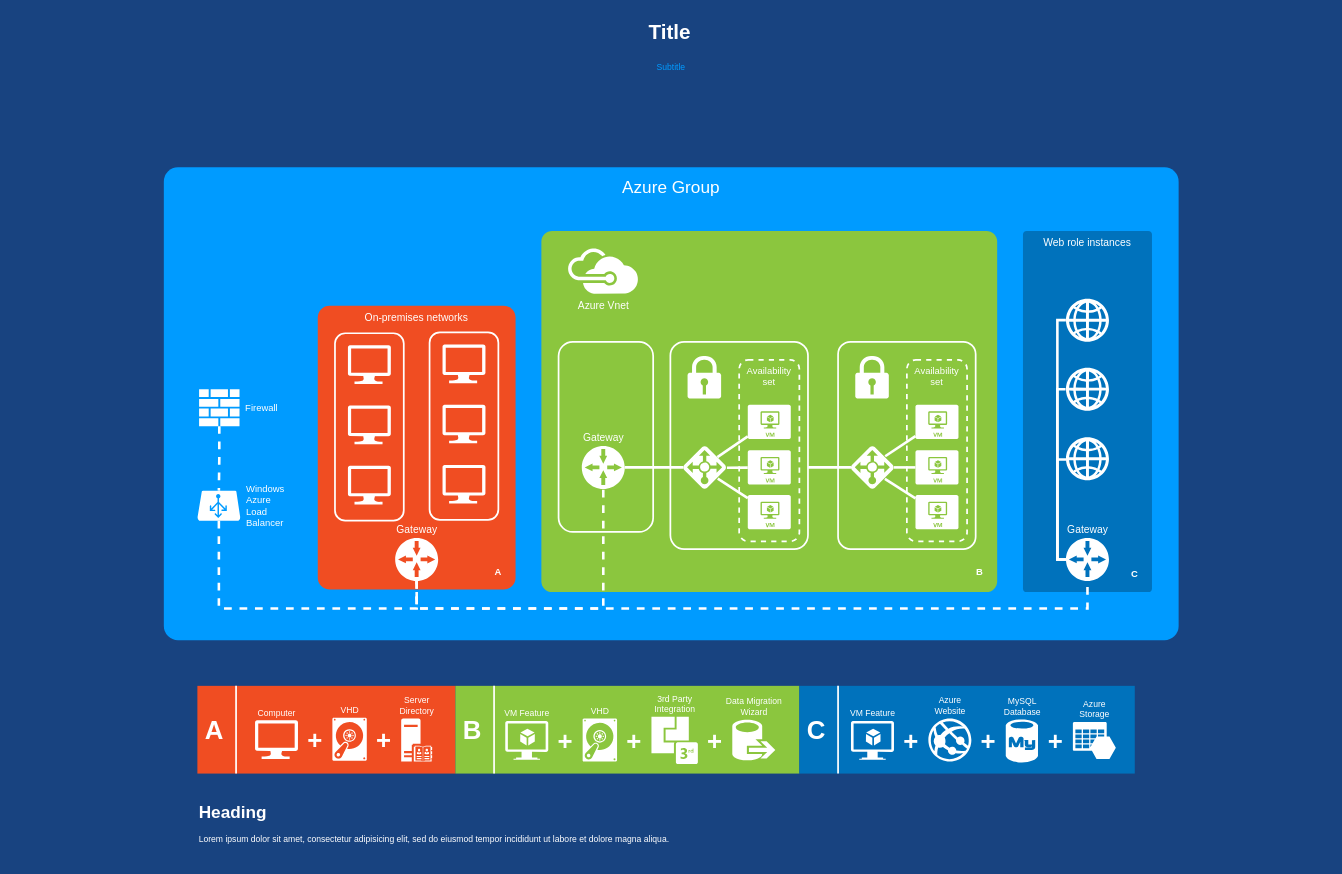
Before: Diagrama sem nome.drawio in dionepcs/ghkskkdhsema, a draw.io diagram. Source tidied: cells renumbered, new cells numbered last; positions are measured from the earlier drawing's top-left corner, leaving out a move shared by most shapes. Both pictures are drawn from the tidied source at 86%, with x=0, y=0 at pixel (15, 15). Pictures stored in the file or linked from it are replaced by grey dashed boxes.
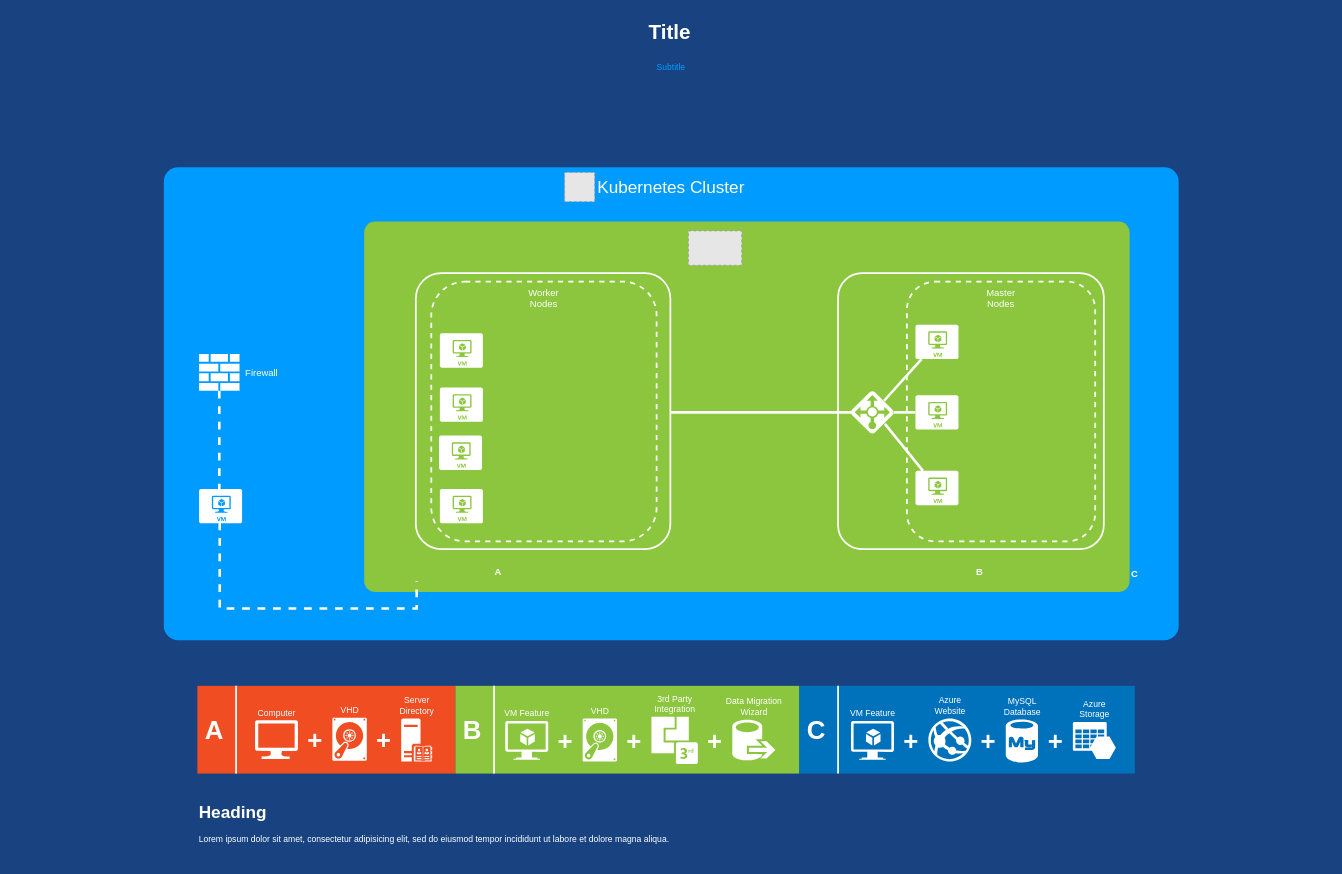
After the change.

Change to the diagram source:
```diff
@@
-    <mxCell id="2" value="Azure Group" style="whiteSpace=wrap;html=1;rounded=1;shadow=0;strokeColor=none;strokeWidth=2;fillColor=#009BFF;fontSize=20;fontColor=#FFFFFF;align=center;arcSize=3;verticalAlign=top;spacingTop=4;" parent="1" vertex="1">
+    <mxCell id="2" value="Kubernetes Cluster" style="whiteSpace=wrap;html=1;rounded=1;shadow=0;strokeColor=none;strokeWidth=2;fillColor=#009BFF;fontSize=20;fontColor=#FFFFFF;align=center;arcSize=3;verticalAlign=top;spacingTop=4;" parent="1" vertex="1">
       <mxGeometry x="173" y="177" width="1180" height="550" as="geometry" />
     </mxCell>
-    <mxCell id="3" value="Web role instances" style="rounded=1;whiteSpace=wrap;html=1;shadow=0;strokeWidth=2;fillColor=#0072BC;fontSize=12;fontColor=#FFFFFF;align=center;strokeColor=none;arcSize=3;verticalAlign=top;" parent="1" vertex="1">
-      <mxGeometry x="1172" y="251" width="150" height="420" as="geometry" />
-    </mxCell>
     <mxCell id="4" style="rounded=1;whiteSpace=wrap;html=1;shadow=0;strokeWidth=2;fillColor=#8BC63E;fontSize=12;fontColor=#000000;align=center;strokeColor=none;arcSize=3;" parent="1" vertex="1">
-      <mxGeometry x="612" y="251" width="530" height="420" as="geometry" />
+      <mxGeometry x="406" y="240" width="890" height="431" as="geometry" />
     </mxCell>
     <mxCell id="5" style="rounded=1;whiteSpace=wrap;html=1;shadow=0;strokeWidth=2;fillColor=none;fontSize=12;fontColor=#000000;align=center;strokeColor=#FFFFFF;arcSize=10;" parent="1" vertex="1">
-      <mxGeometry x="762" y="380" width="160" height="241" as="geometry" />
+      <mxGeometry x="466" y="300" width="296" height="321" as="geometry" />
     </mxCell>
-    <mxCell id="6" value="Availability set" style="rounded=1;whiteSpace=wrap;html=1;shadow=0;strokeWidth=2;fillColor=none;fontSize=11;fontColor=#FFFFFF;align=center;strokeColor=#FFFFFF;dashed=1;verticalAlign=top;" parent="1" vertex="1">
-      <mxGeometry x="842" y="401" width="70" height="211" as="geometry" />
-    </mxCell>
-    <mxCell id="7" value="On-premises networks" style="rounded=1;whiteSpace=wrap;html=1;shadow=0;strokeWidth=2;fillColor=#F04D22;fontSize=12;fontColor=#FFFFFF;align=center;strokeColor=none;arcSize=6;verticalAlign=top;" parent="1" vertex="1">
-      <mxGeometry x="352" y="338" width="230" height="330" as="geometry" />
-    </mxCell>
-    <mxCell id="8" style="rounded=1;whiteSpace=wrap;html=1;shadow=0;strokeWidth=2;fillColor=none;fontSize=12;fontColor=#000000;align=center;strokeColor=#FFFFFF;" parent="1" vertex="1">
-      <mxGeometry x="372" y="370" width="80" height="218" as="geometry" />
-    </mxCell>
-    <mxCell id="9" style="rounded=1;whiteSpace=wrap;html=1;shadow=0;strokeWidth=2;fillColor=none;fontSize=12;fontColor=#000000;align=center;strokeColor=#FFFFFF;" parent="1" vertex="1">
-      <mxGeometry x="632" y="380" width="110" height="221" as="geometry" />
-    </mxCell>
-    <mxCell id="10" style="verticalLabelPosition=bottom;html=1;verticalAlign=top;strokeColor=none;fillColor=#FFFFFF;shape=mxgraph.azure.computer;rounded=0;shadow=0;fontSize=12;fontColor=#000000;align=center;" parent="1" vertex="1">
-      <mxGeometry x="387" y="384" width="50" height="45" as="geometry" />
-    </mxCell>
-    <mxCell id="11" style="verticalLabelPosition=bottom;html=1;verticalAlign=top;strokeColor=none;fillColor=#FFFFFF;shape=mxgraph.azure.computer;rounded=0;shadow=0;fontSize=12;fontColor=#000000;align=center;" parent="1" vertex="1">
-      <mxGeometry x="387" y="454" width="50" height="45" as="geometry" />
-    </mxCell>
-    <mxCell id="12" style="verticalLabelPosition=bottom;html=1;verticalAlign=top;strokeColor=none;fillColor=#FFFFFF;shape=mxgraph.azure.computer;rounded=0;shadow=0;fontSize=12;fontColor=#000000;align=center;" parent="1" vertex="1">
-      <mxGeometry x="387" y="524" width="50" height="45" as="geometry" />
-    </mxCell>
-    <mxCell id="13" style="html=1;startArrow=none;startFill=0;startSize=10;endArrow=none;endFill=0;endSize=10;strokeWidth=3;fontSize=11;fontColor=#FFFFFF;strokeColor=#FFFFFF;rounded=0;" parent="1" edge="1" source="14" target="16">
-      <mxGeometry relative="1" as="geometry" />
-    </mxCell>
-    <mxCell id="14" value="Gateway" style="shadow=0;dashed=0;html=1;strokeColor=none;shape=mxgraph.mscae.enterprise.gateway;fillColor=#FFFFFF;rounded=0;fontSize=12;fontColor=#FFFFFF;align=center;labelPosition=center;verticalLabelPosition=top;verticalAlign=bottom;" parent="1" vertex="1">
-      <mxGeometry x="659" y="501" width="50" height="50" as="geometry" />
-    </mxCell>
-    <mxCell id="15" style="shadow=0;dashed=0;html=1;strokeColor=none;shape=mxgraph.mscae.enterprise.lock;fillColor=#FFFFFF;rounded=0;fontSize=12;fontColor=#000000;align=center;" parent="1" vertex="1">
-      <mxGeometry x="782" y="396" width="39" height="50" as="geometry" />
-    </mxCell>
-    <mxCell id="16" style="shadow=0;dashed=0;html=1;strokeColor=none;labelPosition=center;verticalLabelPosition=bottom;verticalAlign=top;shape=mxgraph.mscae.cloud.azure_load_balancer_feature;fillColor=#FFFFFF;rounded=1;fontSize=12;fontColor=#000000;align=center;" parent="1" vertex="1">
-      <mxGeometry x="777" y="501" width="50" height="50" as="geometry" />
-    </mxCell>
-    <mxCell id="17" style="html=1;startArrow=none;startFill=0;startSize=10;endArrow=none;endFill=0;endSize=10;strokeWidth=3;fontSize=11;fontColor=#FFFFFF;entryX=0.793;entryY=0.26;entryPerimeter=0;strokeColor=#FFFFFF;rounded=0;" parent="1" edge="1" source="18" target="16">
-      <mxGeometry relative="1" as="geometry" />
-    </mxCell>
-    <mxCell id="18" style="verticalLabelPosition=bottom;html=1;verticalAlign=top;strokeColor=none;fillColor=#FFFFFF;shape=mxgraph.azure.virtual_machine;rounded=1;shadow=0;fontSize=12;fontColor=#000000;align=center;" parent="1" vertex="1">
-      <mxGeometry x="852" y="453" width="50" height="40" as="geometry" />
-    </mxCell>
-    <mxCell id="19" style="html=1;entryX=1.016;entryY=0.509;entryPerimeter=0;startArrow=none;startFill=0;startSize=10;endArrow=none;endFill=0;endSize=10;strokeWidth=3;fontSize=11;fontColor=#FFFFFF;strokeColor=#FFFFFF;rounded=0;" parent="1" edge="1" source="20" target="16">
-      <mxGeometry relative="1" as="geometry" />
-    </mxCell>
-    <mxCell id="20" style="verticalLabelPosition=bottom;html=1;verticalAlign=top;strokeColor=none;fillColor=#FFFFFF;shape=mxgraph.azure.virtual_machine;rounded=1;shadow=0;fontSize=12;fontColor=#000000;align=center;" parent="1" vertex="1">
-      <mxGeometry x="852" y="506" width="50" height="40" as="geometry" />
-    </mxCell>
-    <mxCell id="21" style="html=1;entryX=0.802;entryY=0.762;entryPerimeter=0;startArrow=none;startFill=0;startSize=10;endArrow=none;endFill=0;endSize=10;strokeWidth=3;fontSize=11;fontColor=#FFFFFF;strokeColor=#FFFFFF;rounded=0;" parent="1" edge="1" source="22" target="16">
-      <mxGeometry relative="1" as="geometry" />
-    </mxCell>
-    <mxCell id="22" style="verticalLabelPosition=bottom;html=1;verticalAlign=top;strokeColor=none;fillColor=#FFFFFF;shape=mxgraph.azure.virtual_machine;rounded=1;shadow=0;fontSize=12;fontColor=#000000;align=center;" parent="1" vertex="1">
-      <mxGeometry x="852" y="558" width="50" height="40" as="geometry" />
-    </mxCell>
-    <mxCell id="23" value="Azure Vnet" style="shadow=0;dashed=0;html=1;strokeColor=none;fillColor=#FFFFFF;labelPosition=center;verticalLabelPosition=bottom;verticalAlign=top;shape=mxgraph.office.clouds.azure;rounded=1;fontSize=12;fontColor=#FFFFFF;align=center;" parent="1" vertex="1">
-      <mxGeometry x="642" y="271" width="83" height="53" as="geometry" />
-    </mxCell>
-    <mxCell id="24" style="rounded=1;whiteSpace=wrap;html=1;shadow=0;strokeWidth=2;fillColor=none;fontSize=12;fontColor=#000000;align=center;strokeColor=#FFFFFF;" parent="1" vertex="1">
-      <mxGeometry x="482" y="369" width="80" height="218" as="geometry" />
-    </mxCell>
-    <mxCell id="25" style="verticalLabelPosition=bottom;html=1;verticalAlign=top;strokeColor=none;fillColor=#FFFFFF;shape=mxgraph.azure.computer;rounded=0;shadow=0;fontSize=12;fontColor=#000000;align=center;" parent="1" vertex="1">
-      <mxGeometry x="497" y="383" width="50" height="45" as="geometry" />
-    </mxCell>
-    <mxCell id="26" style="verticalLabelPosition=bottom;html=1;verticalAlign=top;strokeColor=none;fillColor=#FFFFFF;shape=mxgraph.azure.computer;rounded=0;shadow=0;fontSize=12;fontColor=#000000;align=center;" parent="1" vertex="1">
-      <mxGeometry x="497" y="453" width="50" height="45" as="geometry" />
-    </mxCell>
-    <mxCell id="27" style="verticalLabelPosition=bottom;html=1;verticalAlign=top;strokeColor=none;fillColor=#FFFFFF;shape=mxgraph.azure.computer;rounded=0;shadow=0;fontSize=12;fontColor=#000000;align=center;" parent="1" vertex="1">
-      <mxGeometry x="497" y="523" width="50" height="45" as="geometry" />
-    </mxCell>
-    <mxCell id="28" style="edgeStyle=orthogonalEdgeStyle;html=1;startArrow=none;startFill=0;startSize=10;endArrow=none;endFill=0;endSize=10;strokeWidth=3;fontSize=11;fontColor=#FFFFFF;strokeColor=#FFFFFF;dashed=1;rounded=0;" parent="1" edge="1" source="29" target="14">
-      <mxGeometry relative="1" as="geometry">
-        <Array as="points">
-          <mxPoint x="467" y="690" />
-          <mxPoint x="684" y="690" />
-        </Array>
-      </mxGeometry>
-    </mxCell>
-    <mxCell id="29" value="Gateway" style="shadow=0;dashed=0;html=1;strokeColor=none;shape=mxgraph.mscae.enterprise.gateway;fillColor=#FFFFFF;rounded=0;fontSize=12;fontColor=#FFFFFF;align=center;labelPosition=center;verticalLabelPosition=top;verticalAlign=bottom;" parent="1" vertex="1">
-      <mxGeometry x="442" y="608" width="50" height="50" as="geometry" />
-    </mxCell>
     <mxCell id="30" style="rounded=1;whiteSpace=wrap;html=1;shadow=0;strokeWidth=2;fillColor=none;fontSize=12;fontColor=#000000;align=center;strokeColor=#FFFFFF;arcSize=9;" parent="1" vertex="1">
-      <mxGeometry x="957" y="380" width="160" height="241" as="geometry" />
+      <mxGeometry x="957" y="300" width="309" height="321" as="geometry" />
     </mxCell>
-    <mxCell id="31" value="&lt;span&gt;Availability set&lt;/span&gt;" style="rounded=1;whiteSpace=wrap;html=1;shadow=0;strokeWidth=2;fillColor=none;fontSize=11;fontColor=#FFFFFF;align=center;strokeColor=#FFFFFF;dashed=1;verticalAlign=top;" parent="1" vertex="1">
-      <mxGeometry x="1037" y="401" width="70" height="211" as="geometry" />
+    <mxCell id="31" value="&lt;span&gt;Master&lt;br&gt;Nodes&lt;br&gt;&lt;/span&gt;" style="rounded=1;whiteSpace=wrap;html=1;shadow=0;strokeWidth=2;fillColor=none;fontSize=11;fontColor=#FFFFFF;align=center;strokeColor=#FFFFFF;dashed=1;verticalAlign=top;" parent="1" vertex="1">
+      <mxGeometry x="1037" y="310" width="219" height="302" as="geometry" />
     </mxCell>
-    <mxCell id="32" style="shadow=0;dashed=0;html=1;strokeColor=none;shape=mxgraph.mscae.enterprise.lock;fillColor=#FFFFFF;rounded=0;fontSize=12;fontColor=#000000;align=center;" parent="1" vertex="1">
-      <mxGeometry x="977" y="396" width="39" height="50" as="geometry" />
-    </mxCell>
@@
-    <mxCell id="34" style="edgeStyle=orthogonalEdgeStyle;html=1;startArrow=none;startFill=0;startSize=10;endArrow=none;endFill=0;endSize=10;strokeWidth=3;fontSize=11;fontColor=#FFFFFF;strokeColor=#FFFFFF;rounded=0;" parent="1" edge="1" source="37" target="39">
-      <mxGeometry relative="1" as="geometry" />
-    </mxCell>
-    <mxCell id="35" style="html=1;startArrow=none;startFill=0;startSize=10;endArrow=none;endFill=0;endSize=10;strokeWidth=3;fontSize=11;fontColor=#FFFFFF;strokeColor=#FFFFFF;rounded=0;exitX=0.796;exitY=0.241;exitPerimeter=0;" parent="1" edge="1" source="37" target="38">
+    <mxCell id="35" style="html=1;startArrow=none;startFill=0;startSize=10;endArrow=none;endFill=0;endSize=10;strokeWidth=3;fontSize=11;fontColor=#FFFFFF;strokeColor=#FFFFFF;rounded=0;exitX=0.77;exitY=0.23;exitPerimeter=0;exitDx=0;exitDy=0;" parent="1" edge="1" source="37" target="38">
       <mxGeometry relative="1" as="geometry" />
     </mxCell>
@@
     <mxCell id="37" style="shadow=0;dashed=0;html=1;strokeColor=none;labelPosition=center;verticalLabelPosition=bottom;verticalAlign=top;shape=mxgraph.mscae.cloud.azure_load_balancer_feature;fillColor=#FFFFFF;rounded=1;fontSize=12;fontColor=#000000;align=center;" parent="1" vertex="1">
-      <mxGeometry x="972" y="501" width="50" height="50" as="geometry" />
+      <mxGeometry x="972" y="437" width="50" height="50" as="geometry" />
     </mxCell>
     <mxCell id="38" style="verticalLabelPosition=bottom;html=1;verticalAlign=top;strokeColor=none;fillColor=#FFFFFF;shape=mxgraph.azure.virtual_machine;rounded=1;shadow=0;fontSize=12;fontColor=#000000;align=center;" parent="1" vertex="1">
-      <mxGeometry x="1047" y="453" width="50" height="40" as="geometry" />
+      <mxGeometry x="1047" y="360" width="50" height="40" as="geometry" />
     </mxCell>
     <mxCell id="39" style="verticalLabelPosition=bottom;html=1;verticalAlign=top;strokeColor=none;fillColor=#FFFFFF;shape=mxgraph.azure.virtual_machine;rounded=1;shadow=0;fontSize=12;fontColor=#000000;align=center;" parent="1" vertex="1">
-      <mxGeometry x="1047" y="506" width="50" height="40" as="geometry" />
+      <mxGeometry x="1047" y="442" width="50" height="40" as="geometry" />
     </mxCell>
     <mxCell id="40" style="verticalLabelPosition=bottom;html=1;verticalAlign=top;strokeColor=none;fillColor=#FFFFFF;shape=mxgraph.azure.virtual_machine;rounded=1;shadow=0;fontSize=12;fontColor=#000000;align=center;" parent="1" vertex="1">
-      <mxGeometry x="1047" y="558" width="50" height="40" as="geometry" />
+      <mxGeometry x="1047" y="530" width="50" height="40" as="geometry" />
     </mxCell>
-    <mxCell id="41" style="edgeStyle=orthogonalEdgeStyle;html=1;startArrow=none;startFill=0;startSize=10;endArrow=none;endFill=0;endSize=10;strokeWidth=3;fontSize=11;fontColor=#FFFFFF;strokeColor=#FFFFFF;dashed=1;rounded=0;" parent="1" edge="1" source="42" target="45">
+    <mxCell id="41" style="edgeStyle=orthogonalEdgeStyle;html=1;startArrow=none;startFill=0;startSize=10;endArrow=none;endFill=0;endSize=10;strokeWidth=3;fontSize=11;fontColor=#FFFFFF;strokeColor=#FFFFFF;dashed=1;rounded=0;entryX=0.47;entryY=0.25;entryDx=0;entryDy=0;entryPerimeter=0;" parent="1" edge="1" source="42" target="87">
       <mxGeometry relative="1" as="geometry" />
     </mxCell>
     <mxCell id="42" value="Firewall" style="shadow=0;dashed=0;html=1;strokeColor=none;labelPosition=right;verticalLabelPosition=middle;verticalAlign=middle;shape=mxgraph.office.concepts.firewall;fillColor=#FFFFFF;rounded=1;fontSize=11;fontColor=#FFFFFF;align=left;spacingLeft=5;" parent="1" vertex="1">
-      <mxGeometry x="214" y="435" width="47" height="43" as="geometry" />
+      <mxGeometry x="214" y="394" width="47" height="43" as="geometry" />
     </mxCell>
-    <mxCell id="43" style="edgeStyle=orthogonalEdgeStyle;html=1;startArrow=none;startFill=0;startSize=10;endArrow=none;endFill=0;endSize=10;strokeWidth=3;fontSize=11;fontColor=#FFFFFF;strokeColor=#FFFFFF;dashed=1;rounded=0;" parent="1" edge="1" source="29" target="51">
-      <mxGeometry relative="1" as="geometry">
-        <Array as="points">
-          <mxPoint x="467" y="690" />
-          <mxPoint x="1247" y="690" />
-        </Array>
-      </mxGeometry>
-    </mxCell>
-    <mxCell id="44" style="edgeStyle=orthogonalEdgeStyle;html=1;startArrow=none;startFill=0;startSize=10;endArrow=none;endFill=0;endSize=10;strokeWidth=3;fontSize=11;fontColor=#FFFFFF;strokeColor=#FFFFFF;dashed=1;rounded=0;" parent="1" edge="1" source="45" target="29">
+    <mxCell id="44" style="edgeStyle=orthogonalEdgeStyle;html=1;startArrow=none;startFill=0;startSize=10;endArrow=none;endFill=0;endSize=10;strokeWidth=3;fontSize=11;fontColor=#FFFFFF;strokeColor=#FFFFFF;dashed=1;rounded=0;exitX=0.5;exitY=1;exitDx=0;exitDy=0;exitPerimeter=0;" parent="1" edge="1" source="87">
       <mxGeometry relative="1" as="geometry">
+        <mxPoint x="467" y="658" as="targetPoint" />
         <Array as="points">
-          <mxPoint x="237" y="690" />
+          <mxPoint x="238" y="690" />
           <mxPoint x="467" y="690" />
         </Array>
       </mxGeometry>
     </mxCell>
-    <mxCell id="45" value="Windows&lt;div&gt;Azure&lt;/div&gt;&lt;div&gt;Load&lt;/div&gt;&lt;div&gt;Balancer&lt;/div&gt;" style="verticalLabelPosition=middle;html=1;verticalAlign=middle;strokeColor=none;fillColor=#FFFFFF;shape=mxgraph.azure.azure_load_balancer;rounded=1;shadow=0;dashed=1;fontSize=11;fontColor=#FFFFFF;align=left;labelPosition=right;spacingLeft=5;" parent="1" vertex="1">
-      <mxGeometry x="212" y="553" width="50" height="35" as="geometry" />
-    </mxCell>
-    <mxCell id="46" style="shadow=0;dashed=0;html=1;strokeColor=none;shape=mxgraph.mscae.enterprise.web;fillColor=#FFFFFF;rounded=1;fontSize=11;fontColor=#FFFFFF;align=center;" parent="1" vertex="1">
-      <mxGeometry x="1222" y="491" width="50" height="50" as="geometry" />
-    </mxCell>
-    <mxCell id="47" style="shadow=0;dashed=0;html=1;strokeColor=none;shape=mxgraph.mscae.enterprise.web;fillColor=#FFFFFF;rounded=1;fontSize=11;fontColor=#FFFFFF;align=center;" parent="1" vertex="1">
-      <mxGeometry x="1222" y="410" width="50" height="50" as="geometry" />
-    </mxCell>
-    <mxCell id="48" style="shadow=0;dashed=0;html=1;strokeColor=none;shape=mxgraph.mscae.enterprise.web;fillColor=#FFFFFF;rounded=1;fontSize=11;fontColor=#FFFFFF;align=center;" parent="1" vertex="1">
-      <mxGeometry x="1222" y="330" width="50" height="50" as="geometry" />
-    </mxCell>
-    <mxCell id="49" style="edgeStyle=orthogonalEdgeStyle;rounded=0;elbow=vertical;html=1;startArrow=none;startFill=0;startSize=10;endArrow=none;endFill=0;endSize=10;strokeColor=#FFFFFF;strokeWidth=3;fontSize=20;fontColor=#FFFFFF;entryX=0.004;entryY=0.516;entryPerimeter=0;" parent="1" edge="1" source="51" target="46">
-      <mxGeometry relative="1" as="geometry">
-        <Array as="points">
-          <mxPoint x="1212" y="633" />
-          <mxPoint x="1212" y="517" />
-        </Array>
-      </mxGeometry>
-    </mxCell>
-    <mxCell id="50" style="edgeStyle=orthogonalEdgeStyle;rounded=0;elbow=vertical;html=1;entryX=-0.002;entryY=0.494;entryPerimeter=0;startArrow=none;startFill=0;startSize=10;endArrow=none;endFill=0;endSize=10;strokeColor=#FFFFFF;strokeWidth=3;fontSize=20;fontColor=#FFFFFF;" parent="1" edge="1" source="51" target="48">
-      <mxGeometry relative="1" as="geometry">
-        <Array as="points">
-          <mxPoint x="1212" y="633" />
-          <mxPoint x="1212" y="355" />
-        </Array>
-      </mxGeometry>
-    </mxCell>
-    <mxCell id="51" value="Gateway" style="shadow=0;dashed=0;html=1;strokeColor=none;shape=mxgraph.mscae.enterprise.gateway;fillColor=#FFFFFF;rounded=0;fontSize=12;fontColor=#FFFFFF;align=center;labelPosition=center;verticalLabelPosition=top;verticalAlign=bottom;" parent="1" vertex="1">
-      <mxGeometry x="1222" y="608" width="50" height="50" as="geometry" />
-    </mxCell>
@@
-    <mxCell id="86" style="edgeStyle=orthogonalEdgeStyle;rounded=0;elbow=vertical;html=1;startArrow=none;startFill=0;startSize=10;endArrow=none;endFill=0;endSize=10;strokeColor=#FFFFFF;strokeWidth=3;fontSize=20;fontColor=#FFFFFF;entryX=-0.009;entryY=0.502;entryPerimeter=0;" parent="1" edge="1" source="51" target="47">
-      <mxGeometry relative="1" as="geometry">
-        <Array as="points">
-          <mxPoint x="1212" y="633" />
-          <mxPoint x="1212" y="435" />
-        </Array>
-      </mxGeometry>
-    </mxCell>
+    <mxCell id="87" style="verticalLabelPosition=bottom;html=1;verticalAlign=top;strokeColor=none;fillColor=#FFFFFF;shape=mxgraph.azure.virtual_machine;rounded=1;shadow=0;fontSize=12;fontColor=#000000;align=center;" parent="1" vertex="1">
+      <mxGeometry x="214" y="551" width="50" height="40" as="geometry" />
+    </mxCell>
+    <mxCell id="34" style="html=1;startArrow=none;startFill=0;startSize=10;endArrow=none;endFill=0;endSize=10;strokeWidth=3;fontSize=11;fontColor=#FFFFFF;strokeColor=#FFFFFF;rounded=0;exitX=1;exitY=0.5;exitPerimeter=0;exitDx=0;exitDy=0;entryX=0;entryY=0.5;entryDx=0;entryDy=0;entryPerimeter=0;" parent="1" edge="1" source="37" target="39">
+      <mxGeometry relative="1" as="geometry" />
+    </mxCell>
+    <mxCell id="88" style="fillColor=#E6E6E6;strokeColor=#999999;dashed=1;verticalLabelPosition=bottom;labelBackgroundColor=#ffffff;verticalAlign=top;" parent="1" vertex="1">
+      <mxGeometry x="783" y="251" width="62" height="40" as="geometry" />
+    </mxCell>
+    <mxCell id="89" value="&lt;span&gt;Worker&lt;br&gt;Nodes&lt;br&gt;&lt;/span&gt;" style="rounded=1;whiteSpace=wrap;html=1;shadow=0;strokeWidth=2;fillColor=none;fontSize=11;fontColor=#FFFFFF;align=center;strokeColor=#FFFFFF;dashed=1;verticalAlign=top;" parent="1" vertex="1">
+      <mxGeometry x="484" y="310" width="262" height="302" as="geometry" />
+    </mxCell>
+    <mxCell id="90" style="fillColor=#E6E6E6;strokeColor=#999999;dashed=1;verticalLabelPosition=bottom;labelBackgroundColor=#ffffff;verticalAlign=top;" parent="1" vertex="1">
+      <mxGeometry x="639" y="183" width="35" height="34" as="geometry" />
+    </mxCell>
+    <mxCell id="18" style="verticalLabelPosition=bottom;html=1;verticalAlign=top;strokeColor=none;fillColor=#FFFFFF;shape=mxgraph.azure.virtual_machine;rounded=1;shadow=0;fontSize=12;fontColor=#000000;align=center;" parent="1" vertex="1">
+      <mxGeometry x="494" y="433" width="50" height="40" as="geometry" />
+    </mxCell>
+    <mxCell id="20" style="verticalLabelPosition=bottom;html=1;verticalAlign=top;strokeColor=none;fillColor=#FFFFFF;shape=mxgraph.azure.virtual_machine;rounded=1;shadow=0;fontSize=12;fontColor=#000000;align=center;" parent="1" vertex="1">
+      <mxGeometry x="493" y="489" width="50" height="40" as="geometry" />
+    </mxCell>
+    <mxCell id="22" style="verticalLabelPosition=bottom;html=1;verticalAlign=top;strokeColor=none;fillColor=#FFFFFF;shape=mxgraph.azure.virtual_machine;rounded=1;shadow=0;fontSize=12;fontColor=#000000;align=center;" parent="1" vertex="1">
+      <mxGeometry x="494" y="551" width="50" height="40" as="geometry" />
+    </mxCell>
+    <mxCell id="91" style="verticalLabelPosition=bottom;html=1;verticalAlign=top;strokeColor=none;fillColor=#FFFFFF;shape=mxgraph.azure.virtual_machine;rounded=1;shadow=0;fontSize=12;fontColor=#000000;align=center;" parent="1" vertex="1">
+      <mxGeometry x="494" y="370" width="50" height="40" as="geometry" />
+    </mxCell>
```
